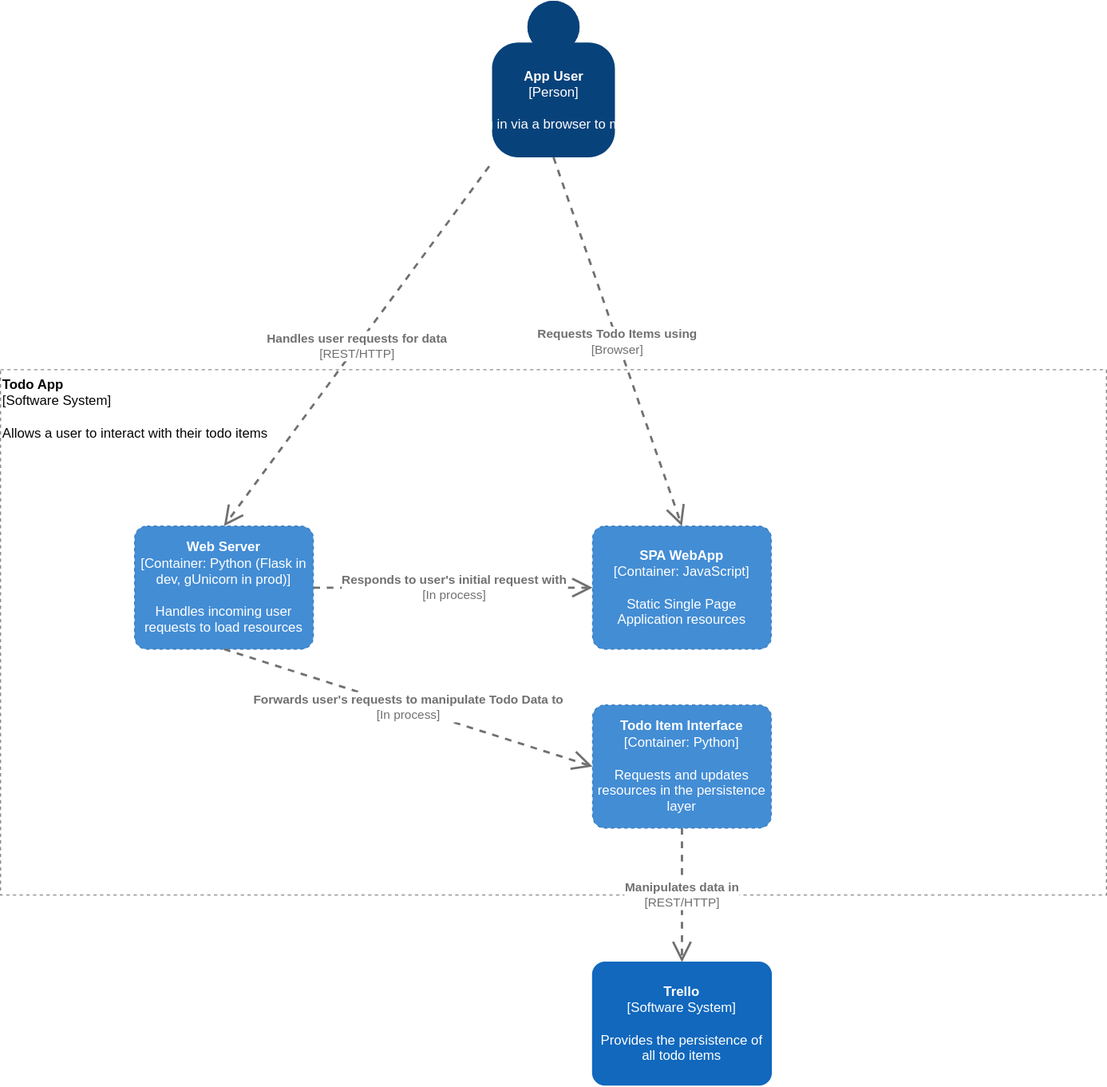
Earlier version of the draw.io export documentation/container.svg (pavittr/DevOps-Course-Starter). Source tidied: cells renumbered, new cells last; positions are measured from the earlier drawing's top-left corner, leaving out a move shared by most shapes.
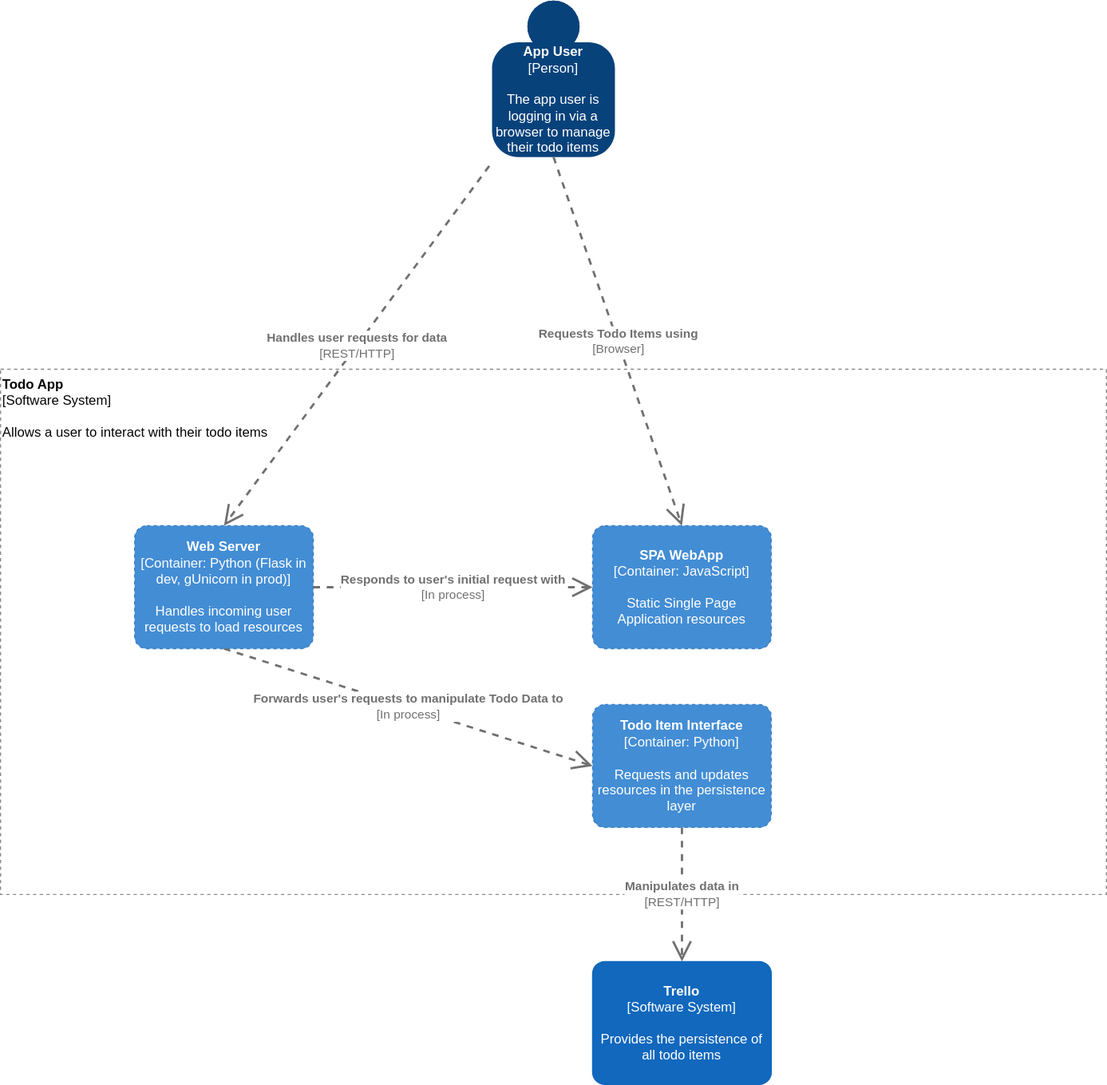
The same diagram one commit later.

Change to the diagram source:
```diff
@@ -3,7 +3,7 @@
     <mxCell id="0" />
     <mxCell id="1" parent="0" />
     <object id="2" label="&lt;b&gt;%c4Name%&lt;/b&gt;&lt;div&gt;[%c4Type%]&lt;/div&gt;&lt;br&gt;&lt;div&gt;%c4Description%&lt;/div&gt;" c4Description="The app user is logging in via a browser to manage their todo items" c4Name="App User" c4Type="Person" placeholders="1">
-      <mxCell style="html=1;dashed=0;whitespace=wrap;fillColor=#08427b;strokeColor=none;fontColor=#ffffff;shape=mxgraph.c4.person;align=center;points=[[0.5,0,0],[1,0.5,0],[1,0.75,0],[0.75,1,0],[0.5,1,0],[0.25,1,0],[0,0.75,0],[0,0.5,0]];metaData={&quot;c4Type&quot;:{&quot;editable&quot;:false}};hachureGap=4;rounded=1;glass=0;" parent="1" vertex="1">
+      <mxCell style="html=1;dashed=0;whitespace=wrap;fillColor=#08427b;strokeColor=none;fontColor=#ffffff;shape=mxgraph.c4.person;align=center;points=[[0.5,0,0],[1,0.5,0],[1,0.75,0],[0.75,1,0],[0.5,1,0],[0.25,1,0],[0,0.75,0],[0,0.5,0]];metaData={&quot;c4Type&quot;:{&quot;editable&quot;:false}};hachureGap=4;rounded=1;glass=0;whiteSpace=wrap;" parent="1" vertex="1">
         <mxGeometry x="440" width="110" height="140" as="geometry" />
       </mxCell>
     </object>
```
